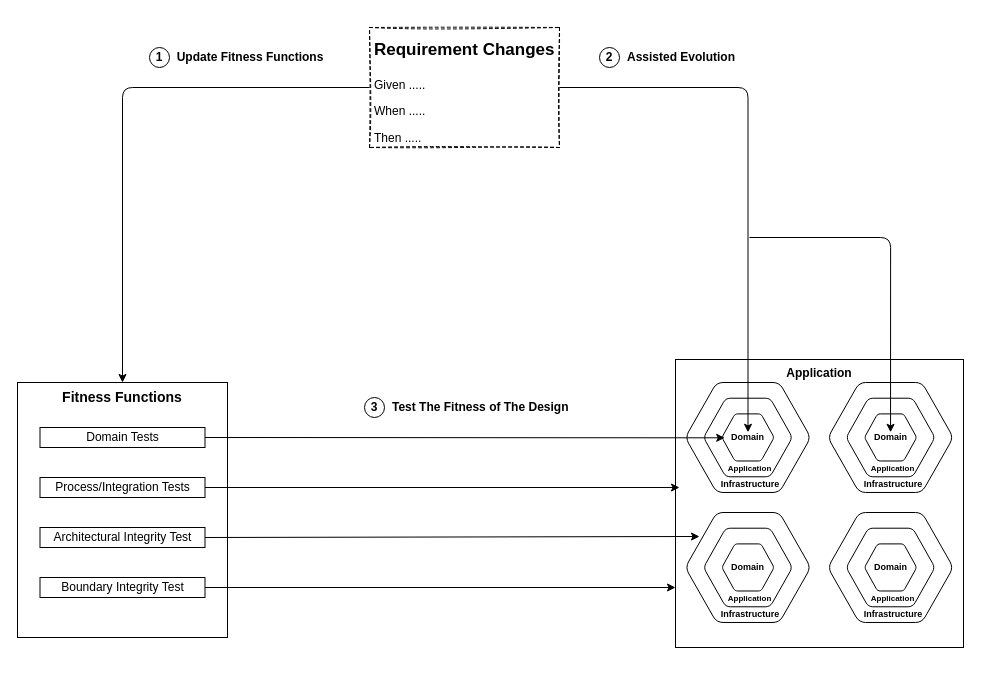
Earlier version of the draw.io diagram page "EAProcess" (2 of 3) of design/ExplanationDiagrams.drawio (codefinity/oeuvre). Source tidied: cells renumbered, new cells numbered last; positions are measured from the earlier drawing's top-left corner, leaving out a move shared by most shapes. Both pictures are drawn from the tidied source at 100%, with x=0, y=0 at pixel (17, 27).
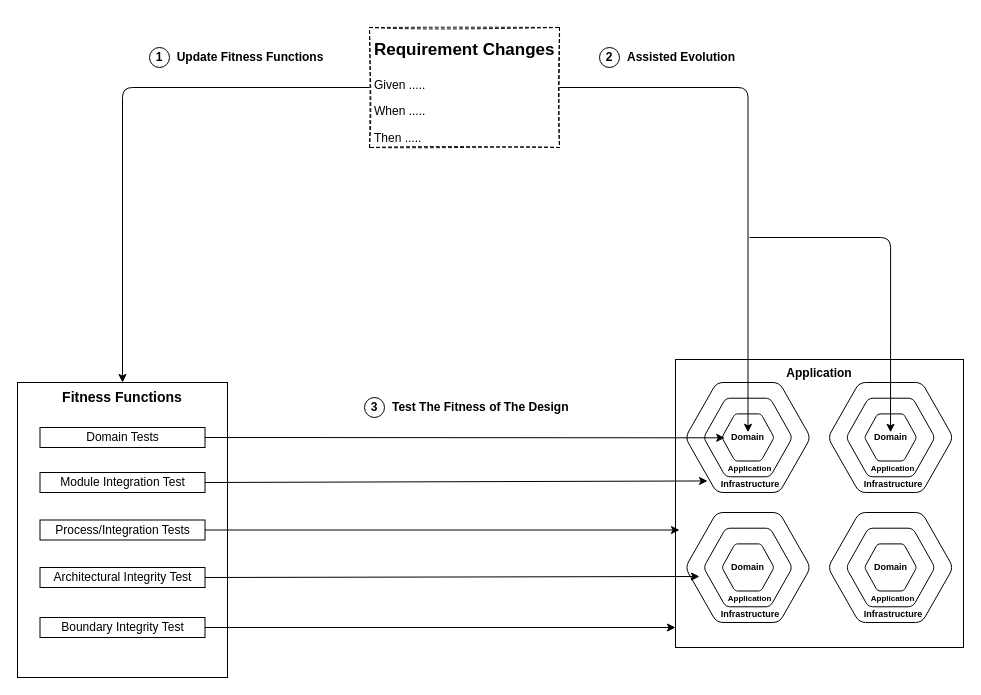
The same page after the edit.

Unchanged cells that the change refers to:
```xml
<mxCell id="12" style="shape=mxgraph.gcp.extras.blue_hexagon;html=1;verticalLabelPosition=bottom;verticalAlign=top;align=center;fillColor=#FFFFFF;" parent="11" vertex="1">
  <mxGeometry width="123" height="110" as="geometry" />
</mxCell>
```

Change to the diagram source:
```diff
@@
     <mxCell id="4" value="Fitness Functions" style="rounded=0;whiteSpace=wrap;html=1;shadow=0;glass=0;strokeColor=#000000;fillColor=none;gradientColor=none;verticalAlign=top;fontStyle=1;fontSize=14;" parent="1" vertex="1">
-      <mxGeometry y="355" width="210" height="255" as="geometry" />
+      <mxGeometry y="355" width="210" height="295" as="geometry" />
     </mxCell>
@@
     <mxCell id="6" value="Process/Integration Tests" style="rounded=0;whiteSpace=wrap;html=1;shadow=0;glass=0;strokeColor=#000000;fillColor=none;gradientColor=none;" parent="1" vertex="1">
-      <mxGeometry x="22.5" y="450" width="165" height="20" as="geometry" />
+      <mxGeometry x="22.5" y="492.5" width="165" height="20" as="geometry" />
     </mxCell>
     <mxCell id="7" value="Architectural Integrity Test" style="rounded=0;whiteSpace=wrap;html=1;shadow=0;glass=0;strokeColor=#000000;fillColor=none;gradientColor=none;" parent="1" vertex="1">
-      <mxGeometry x="22.5" y="500" width="165" height="20" as="geometry" />
+      <mxGeometry x="22.5" y="540" width="165" height="20" as="geometry" />
     </mxCell>
     <mxCell id="8" value="Boundary Integrity Test" style="rounded=0;whiteSpace=wrap;html=1;shadow=0;glass=0;strokeColor=#000000;fillColor=none;gradientColor=none;" parent="1" vertex="1">
-      <mxGeometry x="22.5" y="550" width="165" height="20" as="geometry" />
+      <mxGeometry x="22.5" y="590" width="165" height="20" as="geometry" />
     </mxCell>
@@
     <mxCell id="54" style="endArrow=classic;html=1;fontSize=9;exitX=1;exitY=0.5;exitDx=0;exitDy=0;" parent="1" edge="1" source="8">
       <mxGeometry relative="1" as="geometry">
-        <mxPoint x="658" y="560" as="targetPoint" />
+        <mxPoint x="658" y="600" as="targetPoint" />
       </mxGeometry>
     </mxCell>
     <mxCell id="55" style="endArrow=classic;html=1;fontSize=9;exitX=1;exitY=0.5;exitDx=0;exitDy=0;" parent="1" edge="1" source="7">
       <mxGeometry relative="1" as="geometry">
-        <mxPoint x="682" y="509" as="targetPoint" />
+        <mxPoint x="682" y="549" as="targetPoint" />
       </mxGeometry>
     </mxCell>
     <mxCell id="56" style="endArrow=classic;html=1;fontSize=9;exitX=1;exitY=0.5;exitDx=0;exitDy=0;" parent="1" edge="1" source="6">
       <mxGeometry relative="1" as="geometry">
-        <mxPoint x="662" y="460" as="targetPoint" />
+        <mxPoint x="662" y="502.5" as="targetPoint" />
       </mxGeometry>
     </mxCell>
+    <mxCell id="57" value="Module Integration Test" style="rounded=0;whiteSpace=wrap;html=1;shadow=0;glass=0;strokeColor=#000000;fillColor=none;gradientColor=none;" parent="1" vertex="1">
+      <mxGeometry x="22.5" y="445" width="165" height="20" as="geometry" />
+    </mxCell>
+    <mxCell id="58" style="endArrow=classic;html=1;fontSize=9;exitX=1;exitY=0.5;exitDx=0;exitDy=0;entryX=0.171;entryY=0.895;entryDx=0;entryDy=0;entryPerimeter=0;" parent="1" edge="1" source="57" target="12">
+      <mxGeometry relative="1" as="geometry" />
+    </mxCell>
```
